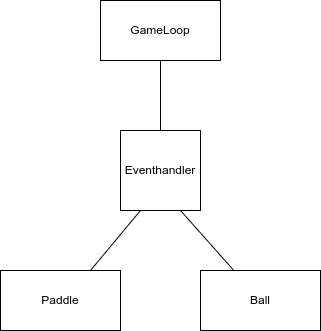
katajak/ot-harjoitustyo keeps this draw.io diagram as dokumentaatio/kuvat/luokkakaavio.png. Above is the earlier version. Source tidied: cells renumbered, new cells last; positions are measured from the earlier drawing's top-left corner, leaving out a move shared by most shapes. Its diagram source:
```xml
<mxGraphModel>
  <root>
    <mxCell id="0" />
    <mxCell id="1" parent="0" />
    <mxCell id="2" value="Eventhandler" style="whiteSpace=wrap;html=1;" parent="1" vertex="1">
      <mxGeometry x="120" y="130" width="80" height="80" as="geometry" />
    </mxCell>
    <mxCell id="3" value="GameLoop" style="rounded=0;whiteSpace=wrap;html=1;" parent="1" vertex="1">
      <mxGeometry x="100" width="120" height="60" as="geometry" />
    </mxCell>
    <mxCell id="4" value="Paddle" style="rounded=0;whiteSpace=wrap;html=1;" parent="1" vertex="1">
      <mxGeometry y="270" width="120" height="60" as="geometry" />
    </mxCell>
    <mxCell id="5" value="Ball" style="rounded=0;whiteSpace=wrap;html=1;" parent="1" vertex="1">
      <mxGeometry x="200" y="270" width="120" height="60" as="geometry" />
    </mxCell>
    <mxCell id="6" style="endArrow=none;html=1;rounded=0;entryX=0.25;entryY=1;entryDx=0;entryDy=0;exitX=0.75;exitY=0;exitDx=0;exitDy=0;" parent="1" edge="1" source="4" target="2">
      <mxGeometry relative="1" as="geometry" />
    </mxCell>
    <mxCell id="7" style="endArrow=none;html=1;rounded=0;entryX=0.75;entryY=1;entryDx=0;entryDy=0;" parent="1" edge="1" source="5" target="2">
      <mxGeometry relative="1" as="geometry" />
    </mxCell>
    <mxCell id="8" style="endArrow=none;html=1;rounded=0;exitX=0.5;exitY=0;exitDx=0;exitDy=0;" parent="1" edge="1" source="2" target="3">
      <mxGeometry relative="1" as="geometry" />
    </mxCell>
  </root>
</mxGraphModel>
```
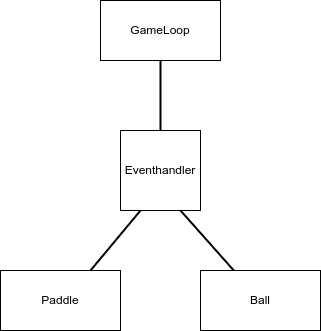
The same diagram one commit later.

Diff of the diagram source:
```diff
@@ -14,13 +14,13 @@
     <mxCell id="5" value="Ball" style="rounded=0;whiteSpace=wrap;html=1;" parent="1" vertex="1">
       <mxGeometry x="200" y="270" width="120" height="60" as="geometry" />
     </mxCell>
-    <mxCell id="6" style="endArrow=none;html=1;rounded=0;entryX=0.25;entryY=1;entryDx=0;entryDy=0;exitX=0.75;exitY=0;exitDx=0;exitDy=0;" parent="1" edge="1" source="4" target="2">
+    <mxCell id="6" style="endArrow=none;html=1;rounded=0;entryX=0.25;entryY=1;entryDx=0;entryDy=0;exitX=0.75;exitY=0;exitDx=0;exitDy=0;strokeWidth=2;" parent="1" edge="1" source="4" target="2">
       <mxGeometry relative="1" as="geometry" />
     </mxCell>
-    <mxCell id="7" style="endArrow=none;html=1;rounded=0;entryX=0.75;entryY=1;entryDx=0;entryDy=0;" parent="1" edge="1" source="5" target="2">
+    <mxCell id="7" style="endArrow=none;html=1;rounded=0;entryX=0.75;entryY=1;entryDx=0;entryDy=0;strokeWidth=2;" parent="1" edge="1" source="5" target="2">
       <mxGeometry relative="1" as="geometry" />
     </mxCell>
-    <mxCell id="8" style="endArrow=none;html=1;rounded=0;exitX=0.5;exitY=0;exitDx=0;exitDy=0;" parent="1" edge="1" source="2" target="3">
+    <mxCell id="8" style="endArrow=none;html=1;rounded=0;exitX=0.5;exitY=0;exitDx=0;exitDy=0;strokeWidth=2;" parent="1" edge="1" source="2" target="3">
       <mxGeometry relative="1" as="geometry" />
     </mxCell>
   </root>
```
